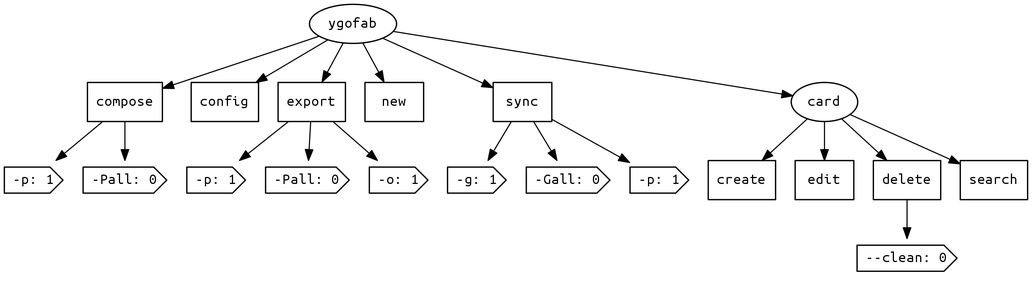
This is docs/cli.png from piface314/ygo-fabrica, a Graphviz export, as it was before one commit. Its source is kept beside it as docs/cli.dot. Its diagram source:
```dot
digraph {
  dpi = 200
  fontname = "Ubuntu Mono"
  node [
    shape = ellipse,
    fontname = "Ubuntu Mono",
    penwidth = 1.2
  ]
  subgraph commands {
    node [shape = rect]
    create
    edit
    delete
    search
    compose
    config
    export
    new
    sync
  }
  subgraph flags {
    node [shape = cds]
    comp_p [label="-p: 1"]
    comp_Pall [label="-Pall: 0"]
    exp_p [label="-p: 1"]
    exp_Pall [label="-Pall: 0"]
    exp_o [label="-o: 1"]
    sync_g [label="-g: 1"]
    sync_Gall [label="-Gall: 0"]
    sync_p [label="-p: 1"]
    delete__clean [label="--clean: 0"]
  }
  ygofab -> {
    card
    compose
    config
    export
    new
    sync
  }
  card -> {
    create
    edit
    delete
    search
  }
  delete -> delete__clean
  compose -> {
    comp_p
    comp_Pall
  }
  export -> {
    exp_p
    exp_Pall
    exp_o
  }
  sync -> {
    sync_p
    sync_g
    sync_Gall
  }
}
```
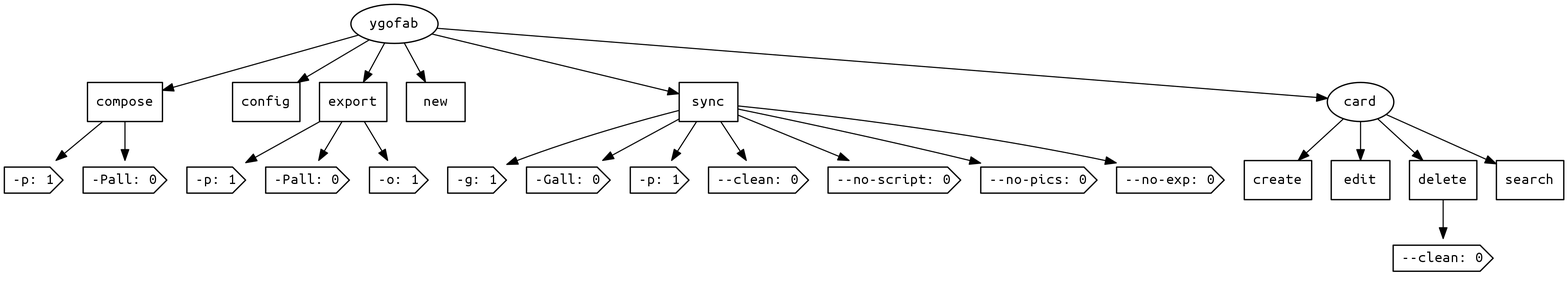
After the change.

Diff of the diagram source:
```diff
@@ -28,6 +28,10 @@
     sync_g [label="-g: 1"]
     sync_Gall [label="-Gall: 0"]
     sync_p [label="-p: 1"]
+    sync__clean [label="--clean: 0"]
+    sync__noscript [label="--no-script: 0"]
+    sync__nopics [label="--no-pics: 0"]
+    sync__noexp [label="--no-exp: 0"]
     delete__clean [label="--clean: 0"]
   }
   ygofab -> {
@@ -58,5 +62,9 @@
     sync_p
     sync_g
     sync_Gall
+    sync__clean
+    sync__noscript
+    sync__nopics
+    sync__noexp
   }
 }
```
